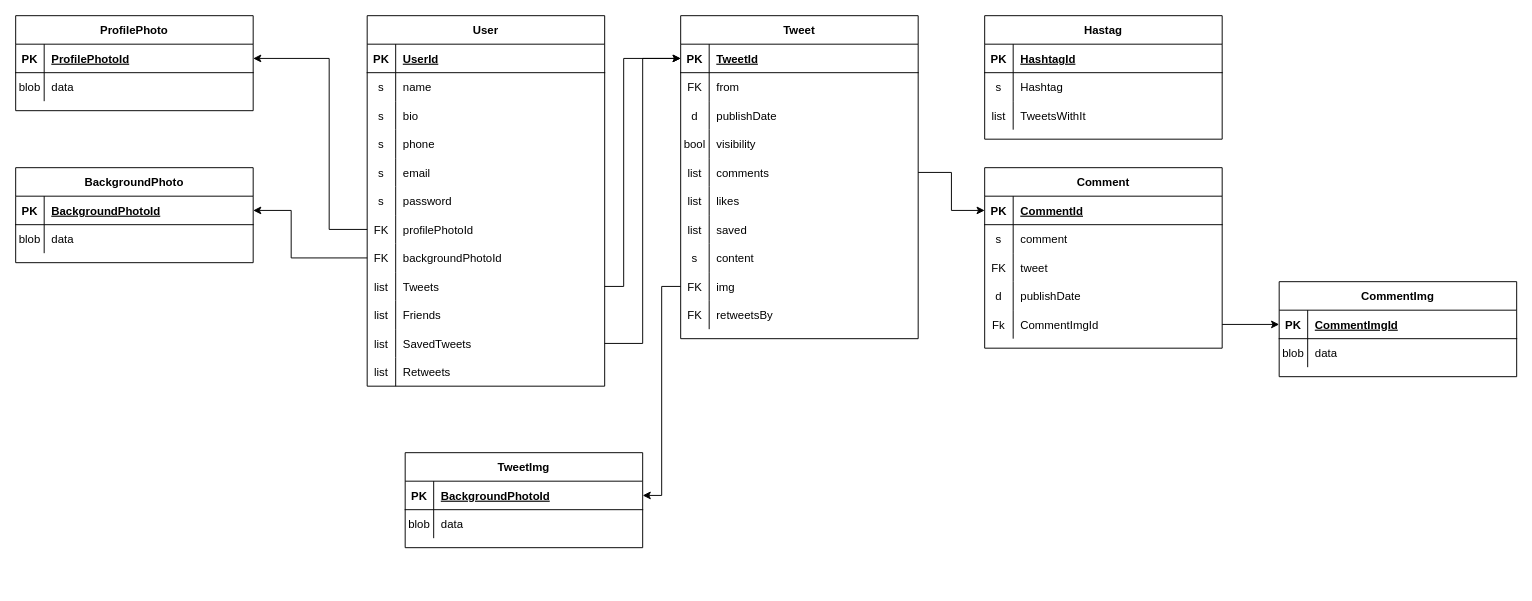
This is requirements/entidad-relacion.drawio from sebas-baltor/Tweeter, a draw.io file, before an edit. Source tidied: cells renumbered, new cells numbered last; positions are measured from the earlier drawing's top-left corner, leaving out a move shared by most shapes. Both pictures are drawn from the tidied source at 95%, with x=0, y=0 at pixel (15, 15).
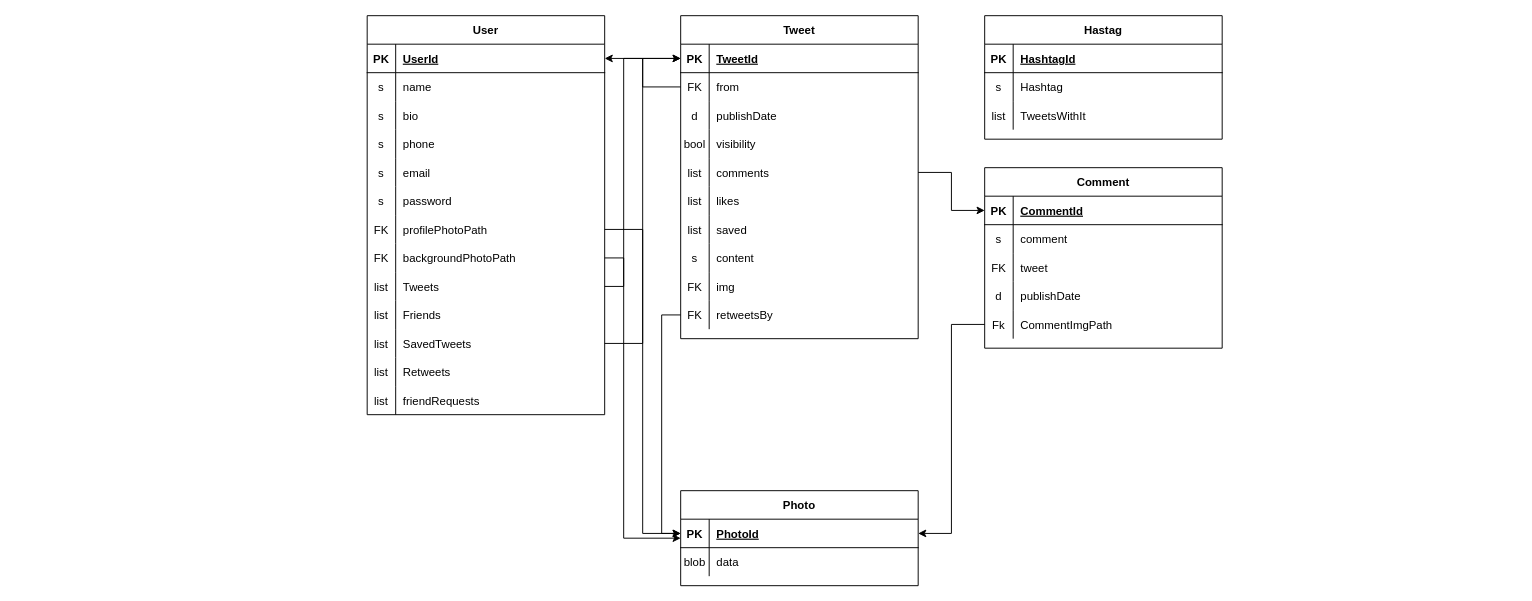
Above is the later version.

The change refers to these unchanged cells:
```xml
<mxCell id="6" style="shape=partialRectangle;fillColor=none;points=[[0,0.5],[1,0.5]];portConstraint=eastwest;top=0;left=0;right=0;bottom=0;" parent="2" vertex="1">
  <mxGeometry y="60" width="250" height="30" as="geometry" />
</mxCell>
<mxCell id="27" style="shape=partialRectangle;fillColor=none;points=[[0,0.5],[1,0.5]];portConstraint=eastwest;top=0;left=0;right=0;bottom=0;" parent="2" vertex="1">
  <mxGeometry y="270" width="250" height="30" as="geometry" />
</mxCell>
<mxCell id="30" style="shape=partialRectangle;fillColor=none;points=[[0,0.5],[1,0.5]];portConstraint=eastwest;top=0;left=0;right=0;bottom=0;" parent="2" vertex="1">
  <mxGeometry y="300" width="250" height="30" as="geometry" />
</mxCell>
<mxCell id="34" style="shape=partialRectangle;fillColor=none;points=[[0,0.5],[1,0.5]];portConstraint=eastwest;top=0;left=0;right=0;bottom=1;" parent="33" vertex="1">
  <mxGeometry y="30" width="250" height="30" as="geometry" />
</mxCell>
<mxCell id="52" style="shape=partialRectangle;fillColor=none;points=[[0,0.5],[1,0.5]];portConstraint=eastwest;top=0;left=0;right=0;bottom=0;" parent="33" vertex="1">
  <mxGeometry y="210" width="250" height="30" as="geometry" />
</mxCell>
<mxCell id="55" style="shape=partialRectangle;fillColor=none;points=[[0,0.5],[1,0.5]];portConstraint=eastwest;top=0;left=0;right=0;bottom=0;" parent="33" vertex="1">
  <mxGeometry y="240" width="250" height="30" as="geometry" />
</mxCell>
<mxCell id="71" style="shape=partialRectangle;fillColor=none;points=[[0,0.5],[1,0.5]];portConstraint=eastwest;top=0;left=0;right=0;bottom=1;" parent="70" vertex="1">
  <mxGeometry y="30" width="250" height="30" as="geometry" />
</mxCell>
<mxCell id="97" style="shape=partialRectangle;fillColor=none;points=[[0,0.5],[1,0.5]];portConstraint=eastwest;top=0;left=0;right=0;bottom=0;" parent="84" vertex="1">
  <mxGeometry y="150" width="250" height="30" as="geometry" />
</mxCell>
```

What changed in the source:
```diff
@@
     <mxCell id="33" value="User" style="shape=table;startSize=30;childLayout=tableLayout;rowLines=0;fontStyle=1;align=center;" parent="1" vertex="1">
-      <mxGeometry x="370" width="250" height="390" as="geometry" />
+      <mxGeometry x="370" width="250" height="420" as="geometry" />
     </mxCell>
@@
-    <mxCell id="54" value="profilePhotoId" style="shape=partialRectangle;overflow=hidden;fillColor=none;top=0;left=0;bottom=0;right=0;align=left;spacingLeft=6;" parent="52" vertex="1">
+    <mxCell id="54" value="profilePhotoPath" style="shape=partialRectangle;overflow=hidden;fillColor=none;top=0;left=0;bottom=0;right=0;align=left;spacingLeft=6;" parent="52" vertex="1">
       <mxGeometry x="30" width="220" height="30" as="geometry" />
     </mxCell>
@@
-    <mxCell id="57" value="backgroundPhotoId" style="shape=partialRectangle;overflow=hidden;fillColor=none;top=0;left=0;bottom=0;right=0;align=left;spacingLeft=6;" parent="55" vertex="1">
+    <mxCell id="57" value="backgroundPhotoPath" style="shape=partialRectangle;overflow=hidden;fillColor=none;top=0;left=0;bottom=0;right=0;align=left;spacingLeft=6;" parent="55" vertex="1">
       <mxGeometry x="30" width="220" height="30" as="geometry" />
     </mxCell>
@@
+    <mxCell id="131" style="shape=partialRectangle;fillColor=none;top=0;left=0;right=0;bottom=0;" parent="33" vertex="1">
+      <mxGeometry y="390" width="250" height="30" as="geometry" />
+    </mxCell>
+    <mxCell id="132" value="list" style="shape=partialRectangle;overflow=hidden;fillColor=none;top=0;left=0;bottom=0;right=0;" parent="131" vertex="1">
+      <mxGeometry width="30" height="30" as="geometry" />
+    </mxCell>
+    <mxCell id="133" value="friendRequests" style="shape=partialRectangle;overflow=hidden;fillColor=none;top=0;left=0;bottom=0;right=0;align=left;spacingLeft=6;" parent="131" vertex="1">
+      <mxGeometry x="30" width="220" height="30" as="geometry" />
+    </mxCell>
-    <mxCell id="70" value="ProfilePhoto" style="shape=table;startSize=30;childLayout=tableLayout;rowLines=0;fontStyle=1;align=center;" parent="1" vertex="1">
-      <mxGeometry width="250" height="100" as="geometry" />
+    <mxCell id="70" value="Photo" style="shape=table;startSize=30;childLayout=tableLayout;rowLines=0;fontStyle=1;align=center;" parent="1" vertex="1">
+      <mxGeometry x="700" y="500" width="250" height="100" as="geometry" />
     </mxCell>
@@
-    <mxCell id="73" value="ProfilePhotoId" style="shape=partialRectangle;overflow=hidden;fillColor=none;top=0;left=0;bottom=0;right=0;align=left;spacingLeft=6;fontStyle=5;" parent="71" vertex="1">
+    <mxCell id="73" value="PhotoId" style="shape=partialRectangle;overflow=hidden;fillColor=none;top=0;left=0;bottom=0;right=0;align=left;spacingLeft=6;fontStyle=5;" parent="71" vertex="1">
       <mxGeometry x="30" width="220" height="30" as="geometry" />
     </mxCell>
@@
-    <mxCell id="77" value="BackgroundPhoto" style="shape=table;startSize=30;childLayout=tableLayout;rowLines=0;fontStyle=1;align=center;" parent="1" vertex="1">
-      <mxGeometry y="160" width="250" height="100" as="geometry" />
-    </mxCell>
-    <mxCell id="78" style="shape=partialRectangle;fillColor=none;points=[[0,0.5],[1,0.5]];portConstraint=eastwest;top=0;left=0;right=0;bottom=1;" parent="77" vertex="1">
-      <mxGeometry y="30" width="250" height="30" as="geometry" />
-    </mxCell>
-    <mxCell id="79" value="PK" style="shape=partialRectangle;overflow=hidden;fillColor=none;top=0;left=0;bottom=0;right=0;fontStyle=1;" parent="78" vertex="1">
-      <mxGeometry width="30" height="30" as="geometry" />
-    </mxCell>
-    <mxCell id="80" value="BackgroundPhotoId" style="shape=partialRectangle;overflow=hidden;fillColor=none;top=0;left=0;bottom=0;right=0;align=left;spacingLeft=6;fontStyle=5;" parent="78" vertex="1">
-      <mxGeometry x="30" width="220" height="30" as="geometry" />
-    </mxCell>
-    <mxCell id="81" style="shape=partialRectangle;fillColor=none;top=0;left=0;right=0;bottom=0;" parent="77" vertex="1">
-      <mxGeometry y="60" width="250" height="30" as="geometry" />
-    </mxCell>
-    <mxCell id="82" value="blob" style="shape=partialRectangle;overflow=hidden;fillColor=none;top=0;left=0;bottom=0;right=0;" parent="81" vertex="1">
-      <mxGeometry width="30" height="30" as="geometry" />
-    </mxCell>
-    <mxCell id="83" value="data" style="shape=partialRectangle;overflow=hidden;fillColor=none;top=0;left=0;bottom=0;right=0;align=left;spacingLeft=6;" parent="81" vertex="1">
-      <mxGeometry x="30" width="220" height="30" as="geometry" />
-    </mxCell>
@@
-    <mxCell id="99" value="CommentImgId" style="shape=partialRectangle;overflow=hidden;fillColor=none;top=0;left=0;bottom=0;right=0;align=left;spacingLeft=6;" parent="97" vertex="1">
+    <mxCell id="99" value="CommentImgPath" style="shape=partialRectangle;overflow=hidden;fillColor=none;top=0;left=0;bottom=0;right=0;align=left;spacingLeft=6;" parent="97" vertex="1">
       <mxGeometry x="30" width="220" height="30" as="geometry" />
     </mxCell>
-    <mxCell id="100" style="edgeStyle=orthogonalEdgeStyle;rounded=0;jettySize=auto;html=1;entryX=1;entryY=0.5;entryDx=0;entryDy=0;" parent="1" edge="1" source="52" target="71">
-      <mxGeometry relative="1" as="geometry">
-        <Array as="points">
-          <mxPoint x="330" y="225" />
-          <mxPoint x="330" y="45" />
-        </Array>
-      </mxGeometry>
-    </mxCell>
-    <mxCell id="101" style="edgeStyle=orthogonalEdgeStyle;rounded=0;jettySize=auto;html=1;entryX=1;entryY=0.5;entryDx=0;entryDy=0;" parent="1" edge="1" source="55" target="78">
-      <mxGeometry relative="1" as="geometry">
-        <Array as="points">
-          <mxPoint x="290" y="255" />
-          <mxPoint x="290" y="205" />
-        </Array>
-      </mxGeometry>
-    </mxCell>
-    <mxCell id="102" value="TweetImg" style="shape=table;startSize=30;childLayout=tableLayout;rowLines=0;fontStyle=1;align=center;" parent="1" vertex="1">
-      <mxGeometry x="410" y="460" width="250" height="100" as="geometry" />
-    </mxCell>
-    <mxCell id="103" style="shape=partialRectangle;fillColor=none;points=[[0,0.5],[1,0.5]];portConstraint=eastwest;top=0;left=0;right=0;bottom=1;" parent="102" vertex="1">
-      <mxGeometry y="30" width="250" height="30" as="geometry" />
-    </mxCell>
-    <mxCell id="104" value="PK" style="shape=partialRectangle;overflow=hidden;fillColor=none;top=0;left=0;bottom=0;right=0;fontStyle=1;" parent="103" vertex="1">
-      <mxGeometry width="30" height="30" as="geometry" />
-    </mxCell>
-    <mxCell id="105" value="BackgroundPhotoId" style="shape=partialRectangle;overflow=hidden;fillColor=none;top=0;left=0;bottom=0;right=0;align=left;spacingLeft=6;fontStyle=5;" parent="103" vertex="1">
-      <mxGeometry x="30" width="220" height="30" as="geometry" />
-    </mxCell>
-    <mxCell id="106" style="shape=partialRectangle;fillColor=none;top=0;left=0;right=0;bottom=0;" parent="102" vertex="1">
-      <mxGeometry y="60" width="250" height="30" as="geometry" />
-    </mxCell>
-    <mxCell id="107" value="blob" style="shape=partialRectangle;overflow=hidden;fillColor=none;top=0;left=0;bottom=0;right=0;" parent="106" vertex="1">
-      <mxGeometry width="30" height="30" as="geometry" />
-    </mxCell>
-    <mxCell id="108" value="data" style="shape=partialRectangle;overflow=hidden;fillColor=none;top=0;left=0;bottom=0;right=0;align=left;spacingLeft=6;" parent="106" vertex="1">
-      <mxGeometry x="30" width="220" height="30" as="geometry" />
-    </mxCell>
-    <mxCell id="109" value="CommentImg" style="shape=table;startSize=30;childLayout=tableLayout;rowLines=0;fontStyle=1;align=center;" parent="1" vertex="1">
-      <mxGeometry x="1330" y="280" width="250" height="100" as="geometry" />
-    </mxCell>
-    <mxCell id="110" style="shape=partialRectangle;fillColor=none;points=[[0,0.5],[1,0.5]];portConstraint=eastwest;top=0;left=0;right=0;bottom=1;" parent="109" vertex="1">
-      <mxGeometry y="30" width="250" height="30" as="geometry" />
-    </mxCell>
-    <mxCell id="111" value="PK" style="shape=partialRectangle;overflow=hidden;fillColor=none;top=0;left=0;bottom=0;right=0;fontStyle=1;" parent="110" vertex="1">
-      <mxGeometry width="30" height="30" as="geometry" />
-    </mxCell>
-    <mxCell id="112" value="CommentImgId" style="shape=partialRectangle;overflow=hidden;fillColor=none;top=0;left=0;bottom=0;right=0;align=left;spacingLeft=6;fontStyle=5;" parent="110" vertex="1">
-      <mxGeometry x="30" width="220" height="30" as="geometry" />
-    </mxCell>
-    <mxCell id="113" style="shape=partialRectangle;fillColor=none;top=0;left=0;right=0;bottom=0;" parent="109" vertex="1">
-      <mxGeometry y="60" width="250" height="30" as="geometry" />
-    </mxCell>
-    <mxCell id="114" value="blob" style="shape=partialRectangle;overflow=hidden;fillColor=none;top=0;left=0;bottom=0;right=0;" parent="113" vertex="1">
-      <mxGeometry width="30" height="30" as="geometry" />
-    </mxCell>
-    <mxCell id="115" value="data" style="shape=partialRectangle;overflow=hidden;fillColor=none;top=0;left=0;bottom=0;right=0;align=left;spacingLeft=6;" parent="113" vertex="1">
-      <mxGeometry x="30" width="220" height="30" as="geometry" />
-    </mxCell>
@@
-    <mxCell id="128" style="edgeStyle=orthogonalEdgeStyle;rounded=0;jettySize=auto;html=1;entryX=0;entryY=0.5;entryDx=0;entryDy=0;" parent="1" edge="1" source="97" target="110">
-      <mxGeometry relative="1" as="geometry" />
-    </mxCell>
-    <mxCell id="129" style="edgeStyle=orthogonalEdgeStyle;rounded=0;jettySize=auto;html=1;" parent="1" edge="1" source="27" target="103">
-      <mxGeometry relative="1" as="geometry" />
-    </mxCell>
@@
+    <mxCell id="134" style="edgeStyle=orthogonalEdgeStyle;rounded=0;jettySize=auto;html=1;entryX=1;entryY=0.5;entryDx=0;entryDy=0;" parent="1" edge="1" source="6" target="34">
+      <mxGeometry relative="1" as="geometry" />
+    </mxCell>
+    <mxCell id="135" style="edgeStyle=orthogonalEdgeStyle;rounded=0;jettySize=auto;html=1;entryX=1;entryY=0.5;entryDx=0;entryDy=0;" parent="1" edge="1" source="97" target="71">
+      <mxGeometry relative="1" as="geometry" />
+    </mxCell>
+    <mxCell id="136" style="edgeStyle=orthogonalEdgeStyle;rounded=0;jettySize=auto;html=1;entryX=0;entryY=0.5;entryDx=0;entryDy=0;" parent="1" edge="1" source="30" target="71">
+      <mxGeometry relative="1" as="geometry" />
+    </mxCell>
+    <mxCell id="100" style="edgeStyle=orthogonalEdgeStyle;rounded=0;jettySize=auto;html=1;exitX=1;exitY=0.5;exitDx=0;exitDy=0;" parent="1" edge="1" source="52" target="71">
+      <mxGeometry relative="1" as="geometry" />
+    </mxCell>
+    <mxCell id="137" style="edgeStyle=orthogonalEdgeStyle;rounded=0;jettySize=auto;html=1;exitX=1;exitY=0.5;exitDx=0;exitDy=0;" parent="1" edge="1" source="55">
+      <mxGeometry relative="1" as="geometry">
+        <mxPoint x="700" y="550" as="targetPoint" />
+        <Array as="points">
+          <mxPoint x="640" y="255" />
+          <mxPoint x="640" y="550" />
+        </Array>
+      </mxGeometry>
+    </mxCell>
```
